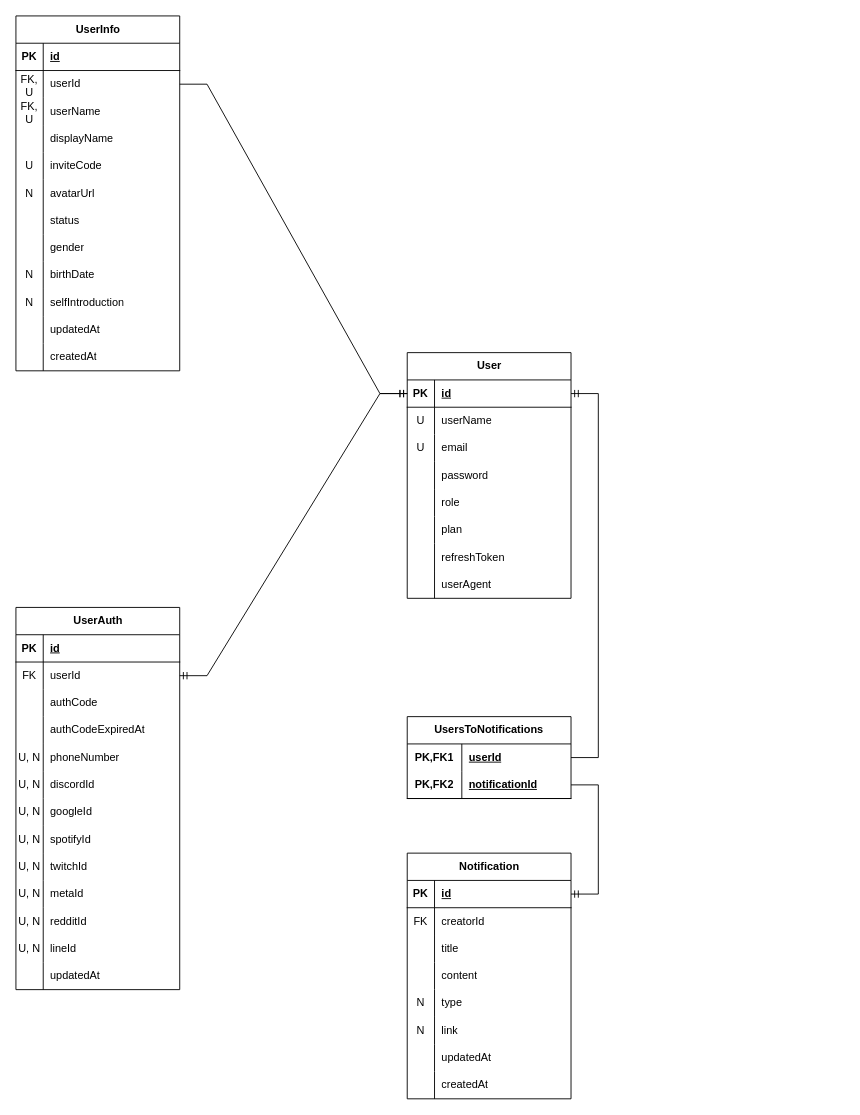
This is docs/database_schema_v1.drawio from HiIamJeff67/discord-robot, a draw.io file, before an edit. Source tidied: cells renumbered, new cells numbered last; positions are measured from the earlier drawing's top-left corner, leaving out a move shared by most shapes. Both pictures are drawn from the tidied source at 91%, with x=0, y=0 at pixel (15, 15).
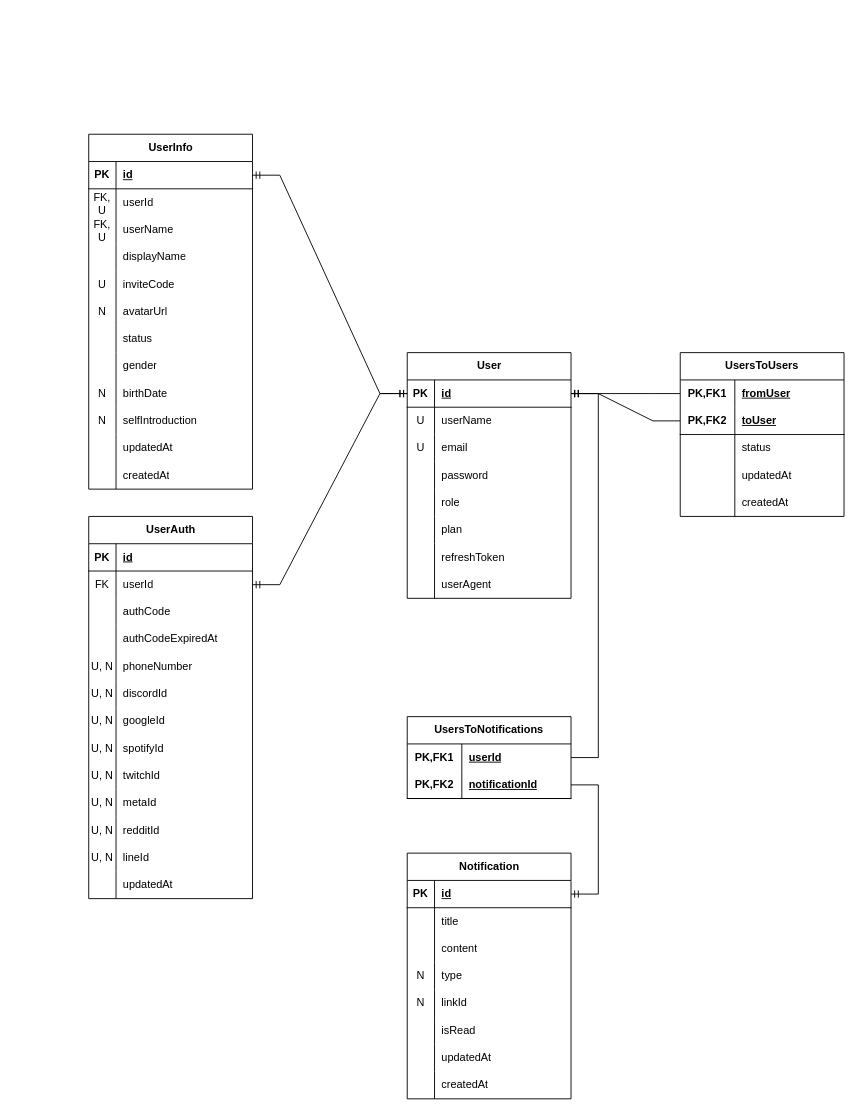
The same diagram, later.

Unchanged cells that the change refers to:
```xml
<mxCell id="3" style="shape=tableRow;horizontal=0;startSize=0;swimlaneHead=0;swimlaneBody=0;fillColor=none;points=[[0,0.5],[1,0.5]];portConstraint=eastwest;top=0;left=0;right=0;bottom=1;" parent="2" vertex="1">
  <mxGeometry y="30" width="180" height="30" as="geometry" />
</mxCell>
<mxCell id="28" style="shape=tableRow;horizontal=0;startSize=0;swimlaneHead=0;swimlaneBody=0;fillColor=none;points=[[0,0.5],[1,0.5]];portConstraint=eastwest;top=0;left=0;right=0;bottom=1;" parent="27" vertex="1">
  <mxGeometry y="30" width="180" height="30" as="geometry" />
</mxCell>
<mxCell id="31" style="shape=tableRow;horizontal=0;startSize=0;swimlaneHead=0;swimlaneBody=0;fillColor=none;points=[[0,0.5],[1,0.5]];portConstraint=eastwest;top=0;left=0;right=0;bottom=0;" parent="27" vertex="1">
  <mxGeometry y="60" width="180" height="30" as="geometry" />
</mxCell>
<mxCell id="104" value="Notification" style="shape=table;startSize=30;childLayout=tableLayout;rowLines=0;fontStyle=1;align=center;html=1;" parent="1" vertex="1">
  <mxGeometry x="430" y="920" width="180" height="270" as="geometry" />
</mxCell>
```

Diff of the diagram source:
```diff
@@
     <mxCell id="27" value="UserInfo" style="shape=table;startSize=30;childLayout=tableLayout;rowLines=0;fontStyle=1;align=center;html=1;" parent="1" vertex="1">
-      <mxGeometry width="180" height="390" as="geometry" />
+      <mxGeometry x="80" y="130" width="180" height="390" as="geometry" />
     </mxCell>
@@
     <mxCell id="64" value="UserAuth" style="shape=table;startSize=30;childLayout=tableLayout;rowLines=0;fontStyle=1;align=center;html=1;" parent="1" vertex="1">
-      <mxGeometry y="650" width="180" height="420" as="geometry" />
+      <mxGeometry x="80" y="550" width="180" height="420" as="geometry" />
     </mxCell>
@@
-    <mxCell id="108" style="shape=tableRow;horizontal=0;startSize=0;swimlaneHead=0;swimlaneBody=0;fillColor=none;top=0;left=0;right=0;bottom=0;" parent="104" vertex="1">
-      <mxGeometry y="60" width="180" height="30" as="geometry" />
-    </mxCell>
-    <mxCell id="109" value="FK" style="shape=partialRectangle;fillColor=none;top=0;left=0;bottom=0;right=0;overflow=hidden;whiteSpace=wrap;html=1;" parent="108" vertex="1">
-      <mxGeometry width="30" height="30" as="geometry" />
-    </mxCell>
-    <mxCell id="110" value="creatorId" style="shape=partialRectangle;fillColor=none;top=0;left=0;bottom=0;right=0;align=left;spacingLeft=6;overflow=hidden;whiteSpace=wrap;html=1;" parent="108" vertex="1">
-      <mxGeometry x="30" width="150" height="30" as="geometry" />
-    </mxCell>
     <mxCell id="111" style="shape=tableRow;horizontal=0;startSize=0;swimlaneHead=0;swimlaneBody=0;fillColor=none;top=0;left=0;right=0;bottom=0;" parent="104" vertex="1">
-      <mxGeometry y="90" width="180" height="30" as="geometry" />
+      <mxGeometry y="60" width="180" height="30" as="geometry" />
     </mxCell>
@@
     <mxCell id="114" style="shape=tableRow;horizontal=0;startSize=0;swimlaneHead=0;swimlaneBody=0;fillColor=none;top=0;left=0;right=0;bottom=0;" parent="104" vertex="1">
-      <mxGeometry y="120" width="180" height="30" as="geometry" />
+      <mxGeometry y="90" width="180" height="30" as="geometry" />
     </mxCell>
@@
     <mxCell id="117" style="shape=tableRow;horizontal=0;startSize=0;swimlaneHead=0;swimlaneBody=0;fillColor=none;top=0;left=0;right=0;bottom=0;" parent="104" vertex="1">
-      <mxGeometry y="150" width="180" height="30" as="geometry" />
+      <mxGeometry y="120" width="180" height="30" as="geometry" />
     </mxCell>
@@
     <mxCell id="120" style="shape=tableRow;horizontal=0;startSize=0;swimlaneHead=0;swimlaneBody=0;fillColor=none;top=0;left=0;right=0;bottom=0;" parent="104" vertex="1">
-      <mxGeometry y="180" width="180" height="30" as="geometry" />
+      <mxGeometry y="150" width="180" height="30" as="geometry" />
     </mxCell>
@@
-    <mxCell id="122" value="link" style="shape=partialRectangle;fillColor=none;top=0;left=0;bottom=0;right=0;align=left;spacingLeft=6;overflow=hidden;whiteSpace=wrap;html=1;" parent="120" vertex="1">
+    <mxCell id="122" value="linkId" style="shape=partialRectangle;fillColor=none;top=0;left=0;bottom=0;right=0;align=left;spacingLeft=6;overflow=hidden;whiteSpace=wrap;html=1;" parent="120" vertex="1">
       <mxGeometry x="30" width="150" height="30" as="geometry" />
     </mxCell>
+    <mxCell id="140" style="shape=tableRow;horizontal=0;startSize=0;swimlaneHead=0;swimlaneBody=0;fillColor=none;top=0;left=0;right=0;bottom=0;" parent="104" vertex="1">
+      <mxGeometry y="180" width="180" height="30" as="geometry" />
+    </mxCell>
+    <mxCell id="141" style="shape=partialRectangle;fillColor=none;top=0;left=0;bottom=0;right=0;overflow=hidden;whiteSpace=wrap;html=1;" parent="140" vertex="1">
+      <mxGeometry width="30" height="30" as="geometry" />
+    </mxCell>
+    <mxCell id="142" value="isRead" style="shape=partialRectangle;fillColor=none;top=0;left=0;bottom=0;right=0;align=left;spacingLeft=6;overflow=hidden;whiteSpace=wrap;html=1;" parent="140" vertex="1">
+      <mxGeometry x="30" width="150" height="30" as="geometry" />
+    </mxCell>
@@
-    <mxCell id="137" style="edgeStyle=entityRelationEdgeStyle;fontSize=12;html=1;endArrow=ERmandOne;rounded=0;entryX=0;entryY=0.5;entryDx=0;entryDy=0;exitX=1;exitY=0.5;exitDx=0;exitDy=0;" parent="1" edge="1" source="31" target="3">
-      <mxGeometry relative="1" as="geometry" />
-    </mxCell>
@@
+    <mxCell id="143" value="UsersToUsers" style="shape=table;startSize=30;childLayout=tableLayout;rowLines=0;fontStyle=1;align=center;html=1;whiteSpace=wrap;" parent="1" vertex="1">
+      <mxGeometry x="730" y="370" width="180" height="180" as="geometry" />
+    </mxCell>
+    <mxCell id="144" style="shape=tableRow;horizontal=0;startSize=0;swimlaneHead=0;swimlaneBody=0;fillColor=none;points=[[0,0.5],[1,0.5]];portConstraint=eastwest;top=0;left=0;right=0;bottom=0;html=1;" parent="143" vertex="1">
+      <mxGeometry y="30" width="180" height="30" as="geometry" />
+    </mxCell>
+    <mxCell id="145" value="PK,FK1" style="shape=partialRectangle;fillColor=none;top=0;left=0;bottom=0;right=0;fontStyle=1;overflow=hidden;html=1;whiteSpace=wrap;" parent="144" vertex="1">
+      <mxGeometry width="60" height="30" as="geometry" />
+    </mxCell>
+    <mxCell id="146" value="fromUser&lt;span style=&quot;white-space: pre;&quot;&gt;&#9;&lt;/span&gt;" style="shape=partialRectangle;fillColor=none;top=0;left=0;bottom=0;right=0;align=left;spacingLeft=6;fontStyle=5;overflow=hidden;html=1;whiteSpace=wrap;" parent="144" vertex="1">
+      <mxGeometry x="60" width="120" height="30" as="geometry" />
+    </mxCell>
+    <mxCell id="147" style="shape=tableRow;horizontal=0;startSize=0;swimlaneHead=0;swimlaneBody=0;fillColor=none;points=[[0,0.5],[1,0.5]];portConstraint=eastwest;top=0;left=0;right=0;bottom=1;html=1;" parent="143" vertex="1">
+      <mxGeometry y="60" width="180" height="30" as="geometry" />
+    </mxCell>
+    <mxCell id="148" value="PK,FK2" style="shape=partialRectangle;fillColor=none;top=0;left=0;bottom=0;right=0;fontStyle=1;overflow=hidden;html=1;whiteSpace=wrap;" parent="147" vertex="1">
+      <mxGeometry width="60" height="30" as="geometry" />
+    </mxCell>
+    <mxCell id="149" value="toUser" style="shape=partialRectangle;fillColor=none;top=0;left=0;bottom=0;right=0;align=left;spacingLeft=6;fontStyle=5;overflow=hidden;html=1;whiteSpace=wrap;" parent="147" vertex="1">
+      <mxGeometry x="60" width="120" height="30" as="geometry" />
+    </mxCell>
+    <mxCell id="150" style="shape=tableRow;horizontal=0;startSize=0;swimlaneHead=0;swimlaneBody=0;fillColor=none;top=0;left=0;right=0;bottom=0;html=1;" parent="143" vertex="1">
+      <mxGeometry y="90" width="180" height="30" as="geometry" />
+    </mxCell>
+    <mxCell id="151" style="shape=partialRectangle;fillColor=none;top=0;left=0;bottom=0;right=0;overflow=hidden;html=1;whiteSpace=wrap;" parent="150" vertex="1">
+      <mxGeometry width="60" height="30" as="geometry" />
+    </mxCell>
+    <mxCell id="152" value="status" style="shape=partialRectangle;fillColor=none;top=0;left=0;bottom=0;right=0;align=left;spacingLeft=6;overflow=hidden;html=1;whiteSpace=wrap;" parent="150" vertex="1">
+      <mxGeometry x="60" width="120" height="30" as="geometry" />
+    </mxCell>
+    <mxCell id="153" style="shape=tableRow;horizontal=0;startSize=0;swimlaneHead=0;swimlaneBody=0;fillColor=none;top=0;left=0;right=0;bottom=0;html=1;" parent="143" vertex="1">
+      <mxGeometry y="120" width="180" height="30" as="geometry" />
+    </mxCell>
+    <mxCell id="154" style="shape=partialRectangle;fillColor=none;top=0;left=0;bottom=0;right=0;overflow=hidden;html=1;whiteSpace=wrap;" parent="153" vertex="1">
+      <mxGeometry width="60" height="30" as="geometry" />
+    </mxCell>
+    <mxCell id="155" value="updatedAt" style="shape=partialRectangle;fillColor=none;top=0;left=0;bottom=0;right=0;align=left;spacingLeft=6;overflow=hidden;html=1;whiteSpace=wrap;" parent="153" vertex="1">
+      <mxGeometry x="60" width="120" height="30" as="geometry" />
+    </mxCell>
+    <mxCell id="156" style="shape=tableRow;horizontal=0;startSize=0;swimlaneHead=0;swimlaneBody=0;fillColor=none;top=0;left=0;right=0;bottom=0;html=1;" parent="143" vertex="1">
+      <mxGeometry y="150" width="180" height="30" as="geometry" />
+    </mxCell>
+    <mxCell id="157" style="shape=partialRectangle;fillColor=none;top=0;left=0;bottom=0;right=0;overflow=hidden;html=1;whiteSpace=wrap;" parent="156" vertex="1">
+      <mxGeometry width="60" height="30" as="geometry" />
+    </mxCell>
+    <mxCell id="158" value="createdAt" style="shape=partialRectangle;fillColor=none;top=0;left=0;bottom=0;right=0;align=left;spacingLeft=6;overflow=hidden;html=1;whiteSpace=wrap;" parent="156" vertex="1">
+      <mxGeometry x="60" width="120" height="30" as="geometry" />
+    </mxCell>
+    <mxCell id="159" style="edgeStyle=entityRelationEdgeStyle;fontSize=12;html=1;endArrow=ERmandOne;rounded=0;entryX=1;entryY=0.5;entryDx=0;entryDy=0;exitX=0;exitY=0.5;exitDx=0;exitDy=0;" parent="1" edge="1" source="144" target="3">
+      <mxGeometry relative="1" as="geometry">
+        <Array as="points">
+          <mxPoint x="660" y="685" />
+          <mxPoint x="680" y="605" />
+          <mxPoint x="700" y="375" />
+        </Array>
+      </mxGeometry>
+    </mxCell>
+    <mxCell id="160" style="edgeStyle=entityRelationEdgeStyle;fontSize=12;html=1;endArrow=ERmandOne;rounded=0;exitX=0;exitY=0.5;exitDx=0;exitDy=0;entryX=1;entryY=0.5;entryDx=0;entryDy=0;" parent="1" edge="1" source="147" target="3">
+      <mxGeometry relative="1" as="geometry">
+        <Array as="points">
+          <mxPoint x="510" y="620" />
+          <mxPoint x="530" y="540" />
+          <mxPoint x="550" y="310" />
+        </Array>
+      </mxGeometry>
+    </mxCell>
+    <mxCell id="161" style="edgeStyle=entityRelationEdgeStyle;fontSize=12;html=1;endArrow=ERmandOne;startArrow=ERmandOne;rounded=0;entryX=0;entryY=0.5;entryDx=0;entryDy=0;exitX=1;exitY=0.5;exitDx=0;exitDy=0;" parent="1" edge="1" source="28" target="3">
+      <mxGeometry relative="1" as="geometry">
+        <Array as="points">
+          <mxPoint x="800" y="275" />
+          <mxPoint x="780" y="285" />
+          <mxPoint x="830" y="395" />
+        </Array>
+      </mxGeometry>
+    </mxCell>
```
